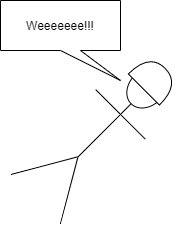
Earlier version of the draw.io export test.png (inaki-tno/wiki-test). Source tidied: cells renumbered, new cells last; positions are measured from the earlier drawing's top-left corner, leaving out a move shared by most shapes.
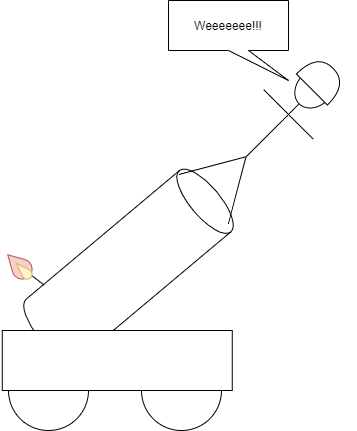
After the change.

The edit, as a diff of the source:
```diff
@@ -2,6 +2,12 @@
   <root>
     <mxCell id="0" />
     <mxCell id="1" parent="0" />
+    <mxCell id="5" style="ellipse;whiteSpace=wrap;html=1;" parent="1" vertex="1">
+      <mxGeometry x="-160" y="350" width="80" height="80" as="geometry" />
+    </mxCell>
+    <mxCell id="6" style="shape=cylinder3;whiteSpace=wrap;html=1;boundedLbl=1;backgroundOutline=1;size=15;rotation=50;" parent="1" vertex="1">
+      <mxGeometry x="-80" y="150" width="80" height="230" as="geometry" />
+    </mxCell>
     <mxCell id="2" style="shape=umlActor;verticalLabelPosition=bottom;verticalAlign=top;html=1;rotation=45;" parent="1" vertex="1">
       <mxGeometry x="63.8" y="45.1" width="70" height="180" as="geometry" />
     </mxCell>
@@ -11,5 +17,20 @@
     <mxCell id="4" value="Weeeeeee!!!" style="shape=callout;whiteSpace=wrap;html=1;perimeter=calloutPerimeter;position2=1;" parent="1" vertex="1">
       <mxGeometry width="120" height="80" as="geometry" />
     </mxCell>
+    <mxCell id="7" style="ellipse;whiteSpace=wrap;html=1;" parent="1" vertex="1">
+      <mxGeometry x="-27" y="350" width="80" height="80" as="geometry" />
+    </mxCell>
+    <mxCell id="8" style="endArrow=none;html=1;entryX=0.006;entryY=0.836;entryDx=0;entryDy=0;entryPerimeter=0;" parent="1" edge="1" source="9" target="6">
+      <mxGeometry relative="1" as="geometry" />
+    </mxCell>
+    <mxCell id="9" style="verticalLabelPosition=bottom;verticalAlign=top;html=1;shape=mxgraph.basic.drop;rotation=-45;fillColor=#f8cecc;strokeColor=#b85450;" parent="1" vertex="1">
+      <mxGeometry x="-160" y="249.8" width="20" height="30.4" as="geometry" />
+    </mxCell>
+    <mxCell id="10" style="verticalLabelPosition=bottom;verticalAlign=top;html=1;shape=mxgraph.basic.drop;rotation=-45;fillColor=#fff2cc;strokeColor=#d6b656;" parent="1" vertex="1">
+      <mxGeometry x="-150" y="260" width="10" height="20.2" as="geometry" />
+    </mxCell>
+    <mxCell id="11" style="rounded=0;whiteSpace=wrap;html=1;" parent="1" vertex="1">
+      <mxGeometry x="-166.2" y="330" width="230" height="60" as="geometry" />
+    </mxCell>
   </root>
 </mxGraphModel>
```
